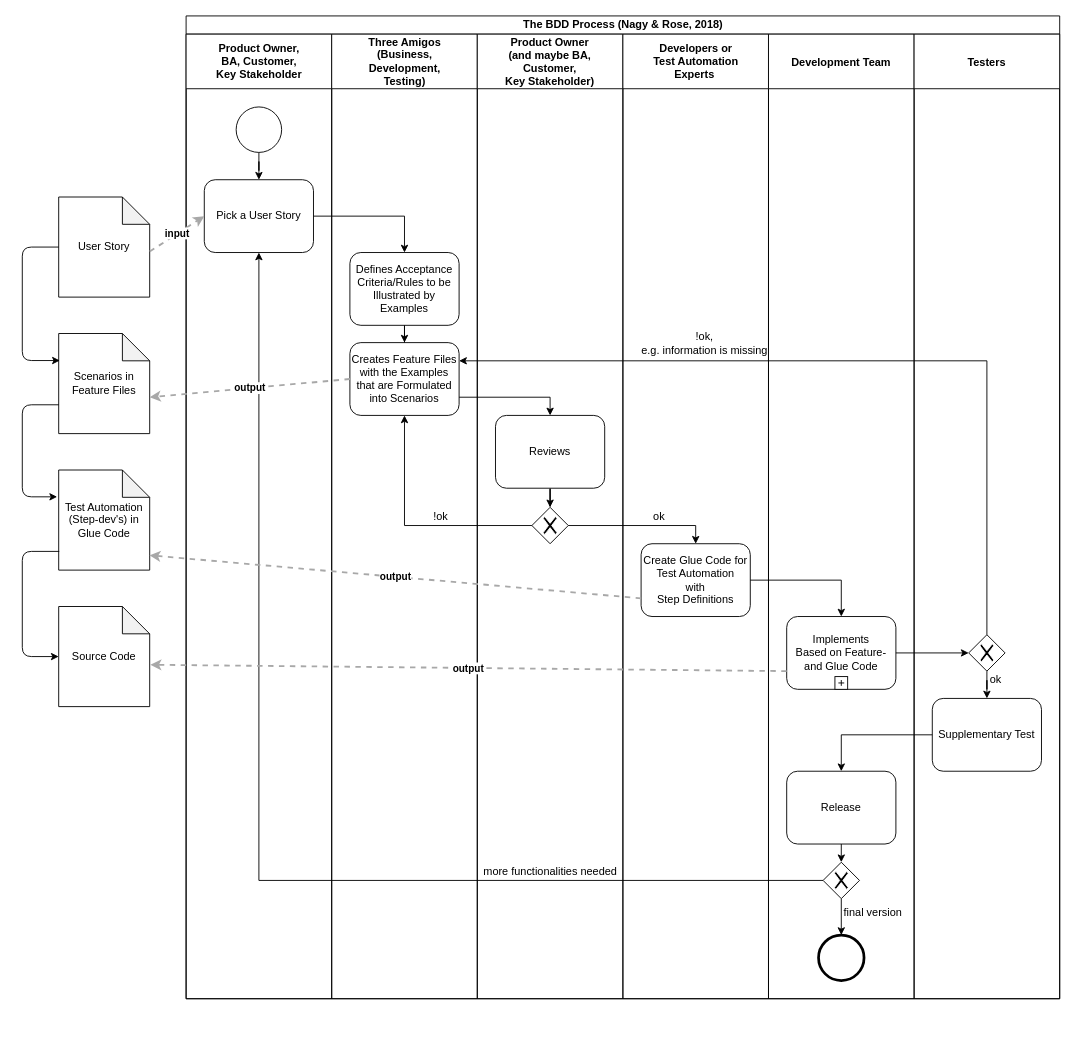
The draw.io diagram documentation/BDDProcess.drawio in sableu/BDD4OQ, before the edit. Source tidied: cells renumbered, new cells numbered last; positions are measured from the earlier drawing's top-left corner, leaving out a move shared by most shapes. Both pictures are drawn from the tidied source at 91%, with x=0, y=0 at pixel (-24, 15).
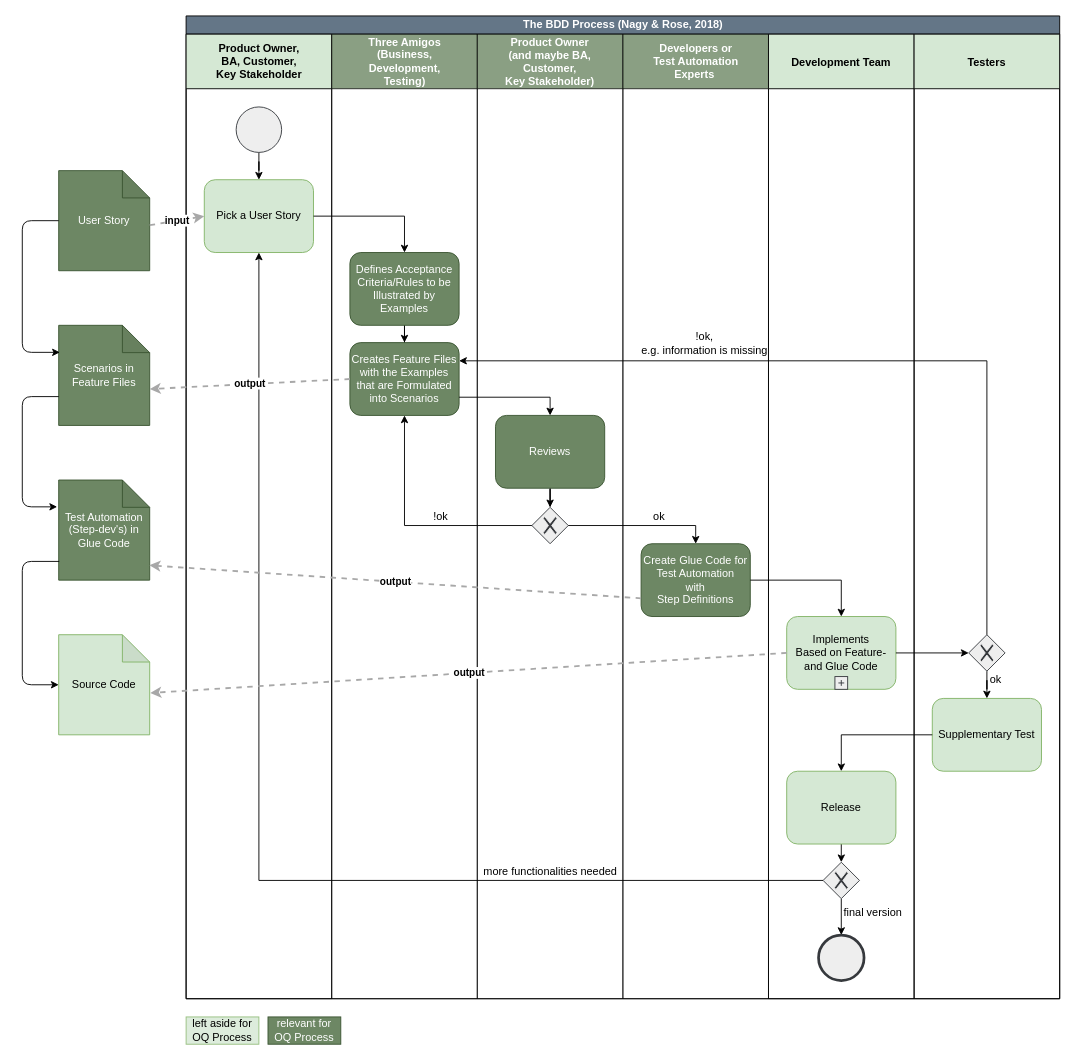
The same diagram, later.

Diff of the diagram source:
```diff
@@
-    <mxCell id="2" value="User Story" style="shape=note;whiteSpace=wrap;html=1;backgroundOutline=1;darkOpacity=0.05;" parent="1" vertex="1">
-      <mxGeometry x="90" y="199" width="100" height="110" as="geometry" />
+    <mxCell id="2" value="User Story" style="shape=note;whiteSpace=wrap;html=1;backgroundOutline=1;darkOpacity=0.05;fillColor=#6d8764;strokeColor=#3A5431;fontColor=#ffffff;" parent="1" vertex="1">
+      <mxGeometry x="90" y="170" width="100" height="110" as="geometry" />
     </mxCell>
-    <mxCell id="3" value="Scenarios in Feature Files" style="shape=note;whiteSpace=wrap;html=1;backgroundOutline=1;darkOpacity=0.05;" parent="1" vertex="1">
-      <mxGeometry x="90" y="349" width="100" height="110" as="geometry" />
+    <mxCell id="3" value="Scenarios in Feature Files" style="shape=note;whiteSpace=wrap;html=1;backgroundOutline=1;darkOpacity=0.05;fillColor=#6d8764;strokeColor=#3A5431;fontColor=#ffffff;" parent="1" vertex="1">
+      <mxGeometry x="90" y="340" width="100" height="110" as="geometry" />
     </mxCell>
-    <mxCell id="4" value="Test Automation (Step-dev's) in Glue Code" style="shape=note;whiteSpace=wrap;html=1;backgroundOutline=1;darkOpacity=0.05;" parent="1" vertex="1">
-      <mxGeometry x="90" y="499" width="100" height="110" as="geometry" />
+    <mxCell id="4" value="Test Automation (Step-dev's) in Glue Code" style="shape=note;whiteSpace=wrap;html=1;backgroundOutline=1;darkOpacity=0.05;fillColor=#6d8764;strokeColor=#3A5431;fontColor=#ffffff;" parent="1" vertex="1">
+      <mxGeometry x="90" y="510" width="100" height="110" as="geometry" />
     </mxCell>
-    <mxCell id="5" value="Source Code" style="shape=note;whiteSpace=wrap;html=1;backgroundOutline=1;darkOpacity=0.05;" parent="1" vertex="1">
-      <mxGeometry x="90" y="649" width="100" height="110" as="geometry" />
+    <mxCell id="5" value="Source Code" style="shape=note;whiteSpace=wrap;html=1;backgroundOutline=1;darkOpacity=0.05;fillColor=#d5e8d4;strokeColor=#82b366;" parent="1" vertex="1">
+      <mxGeometry x="90" y="680" width="100" height="110" as="geometry" />
     </mxCell>
-    <mxCell id="6" value="The BDD Process&amp;nbsp;(Nagy &amp;amp; Rose, 2018)" style="swimlane;html=1;startSize=20;" parent="1" vertex="1">
+    <mxCell id="6" value="The BDD Process&amp;nbsp;(Nagy &amp;amp; Rose, 2018)" style="swimlane;html=1;startSize=20;fillColor=#647687;strokeColor=#000000;fontColor=#ffffff;" parent="1" vertex="1">
       <mxGeometry x="230" width="960" height="1080" as="geometry" />
     </mxCell>
-    <mxCell id="7" value="Product Owner, &lt;br&gt;BA, Customer, &lt;br&gt;Key Stakeholder" style="swimlane;html=1;startSize=60;" parent="6" vertex="1">
+    <mxCell id="7" value="Product Owner, &lt;br&gt;BA, Customer, &lt;br&gt;Key Stakeholder" style="swimlane;html=1;startSize=60;fillColor=#d5e8d4;strokeColor=#000000;" parent="6" vertex="1">
       <mxGeometry y="20" width="160" height="1060" as="geometry" />
     </mxCell>
-    <mxCell id="8" value="Pick a User Story" style="shape=ext;rounded=1;html=1;whiteSpace=wrap;" parent="7" vertex="1">
+    <mxCell id="8" value="Pick a User Story" style="shape=ext;rounded=1;html=1;whiteSpace=wrap;fillColor=#d5e8d4;strokeColor=#82b366;" parent="7" vertex="1">
       <mxGeometry x="20" y="160" width="120" height="80" as="geometry" />
     </mxCell>
@@
-    <mxCell id="10" style="shape=mxgraph.bpmn.shape;html=1;verticalLabelPosition=bottom;labelBackgroundColor=#ffffff;verticalAlign=top;align=center;perimeter=ellipsePerimeter;outlineConnect=0;outline=standard;symbol=general;" parent="7" vertex="1">
+    <mxCell id="10" style="shape=mxgraph.bpmn.shape;html=1;verticalLabelPosition=bottom;labelBackgroundColor=#ffffff;verticalAlign=top;align=center;perimeter=ellipsePerimeter;outlineConnect=0;outline=standard;symbol=general;fillColor=#eeeeee;strokeColor=#36393d;" parent="7" vertex="1">
       <mxGeometry x="55" y="80" width="50" height="50" as="geometry" />
     </mxCell>
-    <mxCell id="11" value="Three Amigos &lt;br&gt;(Business, &lt;br&gt;Development, &lt;br&gt;Testing)" style="swimlane;html=1;startSize=60;" parent="6" vertex="1">
+    <mxCell id="11" value="Three Amigos &lt;br&gt;(Business, &lt;br&gt;Development, &lt;br&gt;Testing)" style="swimlane;html=1;startSize=60;fillColor=#6d8764;strokeColor=#000000;fontColor=#ffffff;opacity=80;" parent="6" vertex="1">
       <mxGeometry x="160" y="20" width="160" height="1060" as="geometry" />
     </mxCell>
@@
-    <mxCell id="13" value="Defines Acceptance Criteria/Rules to be Illustrated by Examples" style="shape=ext;rounded=1;html=1;whiteSpace=wrap;" parent="11" vertex="1">
+    <mxCell id="13" value="Defines Acceptance Criteria/Rules to be Illustrated by Examples" style="shape=ext;rounded=1;html=1;whiteSpace=wrap;fillColor=#6d8764;strokeColor=#3A5431;fontColor=#ffffff;" parent="11" vertex="1">
       <mxGeometry x="20" y="240" width="120" height="80" as="geometry" />
     </mxCell>
-    <mxCell id="14" value="Creates Feature Files with the Examples that are Formulated into Scenarios" style="shape=ext;rounded=1;html=1;whiteSpace=wrap;" parent="11" vertex="1">
+    <mxCell id="14" value="Creates Feature Files with the Examples that are Formulated into Scenarios" style="shape=ext;rounded=1;html=1;whiteSpace=wrap;fillColor=#6d8764;strokeColor=#3A5431;fontColor=#ffffff;" parent="11" vertex="1">
       <mxGeometry x="20" y="339" width="120" height="80" as="geometry" />
     </mxCell>
@@
-    <mxCell id="16" value="Product Owner &#10;(and maybe BA, &#10;Customer, &#10;Key Stakeholder)" style="swimlane;startSize=60;" parent="6" vertex="1">
+    <mxCell id="16" value="Product Owner &#10;(and maybe BA, &#10;Customer, &#10;Key Stakeholder)" style="swimlane;startSize=60;fillColor=#6d8764;strokeColor=#000000;fontColor=#ffffff;opacity=80;" parent="6" vertex="1">
       <mxGeometry x="320" y="20" width="160" height="1060" as="geometry" />
     </mxCell>
@@
-    <mxCell id="18" style="shape=mxgraph.bpmn.shape;html=1;verticalLabelPosition=bottom;labelBackgroundColor=#ffffff;verticalAlign=top;align=center;perimeter=rhombusPerimeter;background=gateway;outlineConnect=0;outline=none;symbol=exclusiveGw;" parent="16" vertex="1">
+    <mxCell id="18" style="shape=mxgraph.bpmn.shape;html=1;verticalLabelPosition=bottom;labelBackgroundColor=#ffffff;verticalAlign=top;align=center;perimeter=rhombusPerimeter;background=gateway;outlineConnect=0;outline=none;symbol=exclusiveGw;fillColor=#eeeeee;strokeColor=#36393d;" parent="16" vertex="1">
       <mxGeometry x="60" y="520" width="40" height="40" as="geometry" />
     </mxCell>
-    <mxCell id="19" value="Reviews" style="shape=ext;rounded=1;html=1;whiteSpace=wrap;" parent="16" vertex="1">
+    <mxCell id="19" value="Reviews" style="shape=ext;rounded=1;html=1;whiteSpace=wrap;fillColor=#6d8764;strokeColor=#3A5431;fontColor=#ffffff;" parent="16" vertex="1">
       <mxGeometry x="20" y="419" width="120" height="80" as="geometry" />
     </mxCell>
@@
-    <mxCell id="21" value="Developers or &lt;br&gt;Test Automation &lt;br&gt;Experts&amp;nbsp;" style="swimlane;html=1;startSize=60;" parent="6" vertex="1">
+    <mxCell id="21" value="Developers or &lt;br&gt;Test Automation &lt;br&gt;Experts&amp;nbsp;" style="swimlane;html=1;startSize=60;fillColor=#6d8764;strokeColor=#000000;fontColor=#ffffff;opacity=80;" parent="6" vertex="1">
       <mxGeometry x="480" y="20" width="160" height="1060" as="geometry" />
     </mxCell>
@@
-    <mxCell id="24" value="Create Glue Code for Test Automation&lt;br&gt;with&lt;br&gt;Step Definitions" style="shape=ext;rounded=1;html=1;whiteSpace=wrap;" parent="21" vertex="1">
+    <mxCell id="24" value="Create Glue Code for Test Automation&lt;br&gt;with&lt;br&gt;Step Definitions" style="shape=ext;rounded=1;html=1;whiteSpace=wrap;fillColor=#6d8764;strokeColor=#3A5431;fontColor=#ffffff;" parent="21" vertex="1">
       <mxGeometry x="20" y="560" width="120" height="80" as="geometry" />
     </mxCell>
-    <mxCell id="25" value="Development Team" style="swimlane;startSize=60;" parent="6" vertex="1">
+    <mxCell id="25" value="Development Team" style="swimlane;startSize=60;fillColor=#d5e8d4;strokeColor=#000000;" parent="6" vertex="1">
       <mxGeometry x="640" y="20" width="160" height="1060" as="geometry" />
     </mxCell>
@@
-    <mxCell id="28" style="shape=mxgraph.bpmn.shape;html=1;verticalLabelPosition=bottom;labelBackgroundColor=#ffffff;verticalAlign=top;align=center;perimeter=ellipsePerimeter;outlineConnect=0;outline=end;symbol=general;" parent="25" vertex="1">
+    <mxCell id="28" style="shape=mxgraph.bpmn.shape;html=1;verticalLabelPosition=bottom;labelBackgroundColor=#ffffff;verticalAlign=top;align=center;perimeter=ellipsePerimeter;outlineConnect=0;outline=end;symbol=general;fillColor=#eeeeee;strokeColor=#36393d;" parent="25" vertex="1">
       <mxGeometry x="55" y="990" width="50" height="50" as="geometry" />
     </mxCell>
-    <mxCell id="29" value="Implements &lt;br&gt;Based on Feature- and Glue Code" style="html=1;whiteSpace=wrap;rounded=1;" parent="25" vertex="1">
+    <mxCell id="29" value="Implements &lt;br&gt;Based on Feature- and Glue Code" style="html=1;whiteSpace=wrap;rounded=1;fillColor=#d5e8d4;strokeColor=#82b366;" parent="25" vertex="1">
       <mxGeometry x="20" y="640" width="120" height="80" as="geometry" />
     </mxCell>
-    <mxCell id="30" style="html=1;shape=plus;" parent="29" vertex="1">
+    <mxCell id="30" style="html=1;shape=plus;fillColor=#eeeeee;strokeColor=#36393d;" parent="29" vertex="1">
       <mxGeometry x="0.5" y="1" width="14" height="14" relative="1" as="geometry">
         <mxPoint x="-7" y="-14" as="offset" />
       </mxGeometry>
     </mxCell>
-    <mxCell id="31" value="Release" style="shape=ext;rounded=1;html=1;whiteSpace=wrap;" parent="25" vertex="1">
+    <mxCell id="31" value="Release" style="shape=ext;rounded=1;html=1;whiteSpace=wrap;fillColor=#d5e8d4;strokeColor=#82b366;" parent="25" vertex="1">
       <mxGeometry x="20" y="810" width="120" height="80" as="geometry" />
     </mxCell>
-    <mxCell id="32" style="shape=mxgraph.bpmn.shape;html=1;verticalLabelPosition=bottom;labelBackgroundColor=#ffffff;verticalAlign=top;align=center;perimeter=rhombusPerimeter;background=gateway;outlineConnect=0;outline=none;symbol=exclusiveGw;" parent="25" vertex="1">
+    <mxCell id="32" style="shape=mxgraph.bpmn.shape;html=1;verticalLabelPosition=bottom;labelBackgroundColor=#ffffff;verticalAlign=top;align=center;perimeter=rhombusPerimeter;background=gateway;outlineConnect=0;outline=none;symbol=exclusiveGw;fillColor=#eeeeee;strokeColor=#36393d;" parent="25" vertex="1">
       <mxGeometry x="60" y="910" width="40" height="40" as="geometry" />
     </mxCell>
@@
-    <mxCell id="34" value="Testers" style="swimlane;startSize=60;" parent="6" vertex="1">
+    <mxCell id="34" value="Testers" style="swimlane;startSize=60;fillColor=#d5e8d4;strokeColor=#000000;" parent="6" vertex="1">
       <mxGeometry x="800" y="20" width="160" height="1060" as="geometry" />
     </mxCell>
@@
-    <mxCell id="36" value="Supplementary Test" style="shape=ext;rounded=1;html=1;whiteSpace=wrap;" parent="34" vertex="1">
+    <mxCell id="36" value="Supplementary Test" style="shape=ext;rounded=1;html=1;whiteSpace=wrap;fillColor=#d5e8d4;strokeColor=#82b366;" parent="34" vertex="1">
       <mxGeometry x="20" y="730" width="120" height="80" as="geometry" />
     </mxCell>
-    <mxCell id="37" style="shape=mxgraph.bpmn.shape;html=1;verticalLabelPosition=bottom;labelBackgroundColor=#ffffff;verticalAlign=top;align=center;perimeter=rhombusPerimeter;background=gateway;outlineConnect=0;outline=none;symbol=exclusiveGw;" parent="34" vertex="1">
+    <mxCell id="37" style="shape=mxgraph.bpmn.shape;html=1;verticalLabelPosition=bottom;labelBackgroundColor=#ffffff;verticalAlign=top;align=center;perimeter=rhombusPerimeter;background=gateway;outlineConnect=0;outline=none;symbol=exclusiveGw;fillColor=#eeeeee;strokeColor=#36393d;" parent="34" vertex="1">
       <mxGeometry x="60" y="660" width="40" height="40" as="geometry" />
     </mxCell>
@@
-    <mxCell id="51" value="&lt;div style=&quot;text-align: left&quot;&gt;&lt;div style=&quot;text-align: center&quot;&gt;&lt;b&gt;output&lt;/b&gt;&lt;/div&gt;&lt;/div&gt;" style="edgeStyle=none;rounded=0;html=1;entryX=1.007;entryY=0.582;jettySize=auto;strokeColor=#A8A8A8;strokeWidth=2;fontColor=#000000;jumpStyle=none;dashed=1;entryDx=0;entryDy=0;entryPerimeter=0;exitX=0;exitY=0.75;exitDx=0;exitDy=0;" parent="1" edge="1" source="29" target="5">
+    <mxCell id="51" value="&lt;div style=&quot;text-align: left&quot;&gt;&lt;div style=&quot;text-align: center&quot;&gt;&lt;b&gt;output&lt;/b&gt;&lt;/div&gt;&lt;/div&gt;" style="edgeStyle=none;rounded=0;html=1;entryX=1.007;entryY=0.582;jettySize=auto;strokeColor=#A8A8A8;strokeWidth=2;fontColor=#000000;jumpStyle=none;dashed=1;entryDx=0;entryDy=0;entryPerimeter=0;exitX=0;exitY=0.5;exitDx=0;exitDy=0;" parent="1" edge="1" source="29" target="5">
       <mxGeometry relative="1" as="geometry" />
     </mxCell>
@@
+    <mxCell id="55" value="left aside for OQ Process" style="rounded=0;whiteSpace=wrap;html=1;opacity=80;fillColor=#d5e8d4;strokeColor=#82b366;" parent="1" vertex="1">
+      <mxGeometry x="230" y="1100" width="80" height="30" as="geometry" />
+    </mxCell>
+    <mxCell id="56" value="relevant for OQ Process" style="rounded=0;whiteSpace=wrap;html=1;fillColor=#6d8764;strokeColor=#3A5431;fontColor=#ffffff;" parent="1" vertex="1">
+      <mxGeometry x="320" y="1100" width="80" height="30" as="geometry" />
+    </mxCell>
```
